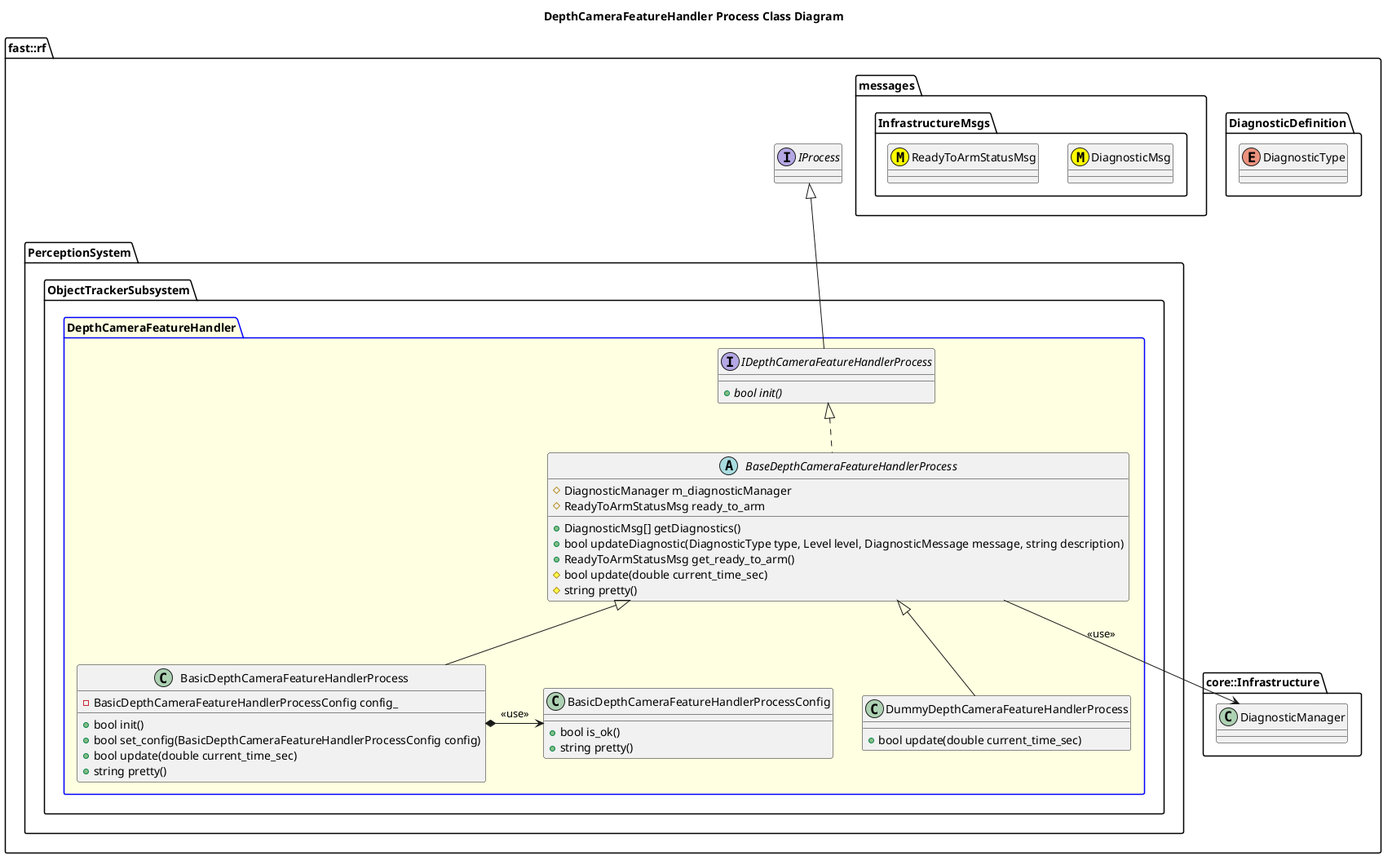
Before: Systems/Perception/Subsystems/ObjectTracker/Processes/DepthCameraFeatureHandler/doc/puml/DepthCameraFeatureHandlerProcessClassDiagram.png, a diagram exported from PlantUML (fastrobotics/robot_framework). Its diagram source:
```plantuml
@startuml
title DepthCameraFeatureHandler Process Class Diagram

namespace fast::rf {
  namespace DiagnosticDefinition {
    enum DiagnosticType
  }
  namespace messages {
    namespace InfrastructureMsgs {
      class DiagnosticMsg <<(M,#FFFF00)>>
      class ReadyToArmStatusMsg <<(M,#FFFF00)>>
    }
  }
  namespace core::Infrastructure {
    class DiagnosticManager
  }
  interface IProcess
  namespace PerceptionSystem {
    namespace ObjectTrackerSubsystem {
      package DepthCameraFeatureHandler #LightYellow;line:blue {

        interface IDepthCameraFeatureHandlerProcess  {
          +{abstract} bool init()
        }
        IDepthCameraFeatureHandlerProcess -up-|> IProcess
        abstract BaseDepthCameraFeatureHandlerProcess {
          +DiagnosticMsg[] getDiagnostics()
          +bool updateDiagnostic(DiagnosticType type, Level level, DiagnosticMessage message, string description)
          +ReadyToArmStatusMsg get_ready_to_arm()
          #bool update(double current_time_sec)
          #string pretty()
          #DiagnosticManager m_diagnosticManager
          #ReadyToArmStatusMsg ready_to_arm

        }
        BaseDepthCameraFeatureHandlerProcess .up.|> IDepthCameraFeatureHandlerProcess
        BaseDepthCameraFeatureHandlerProcess --> DiagnosticManager: <<use>>
        class BasicDepthCameraFeatureHandlerProcessConfig {
          +bool is_ok()
          +string pretty()
        }
        class BasicDepthCameraFeatureHandlerProcess {
          +bool init()
          +bool set_config(BasicDepthCameraFeatureHandlerProcessConfig config)
          +bool update(double current_time_sec)
	  +string pretty()
          -BasicDepthCameraFeatureHandlerProcessConfig config_
        }
        BasicDepthCameraFeatureHandlerProcess -up-|> BaseDepthCameraFeatureHandlerProcess
        BasicDepthCameraFeatureHandlerProcess *-> BasicDepthCameraFeatureHandlerProcessConfig: <<use>>
        class DummyDepthCameraFeatureHandlerProcess {
          +bool update(double current_time_sec)
        }
        DummyDepthCameraFeatureHandlerProcess -up-|> BaseDepthCameraFeatureHandlerProcess
      }
    }
  }
}
@enduml
```
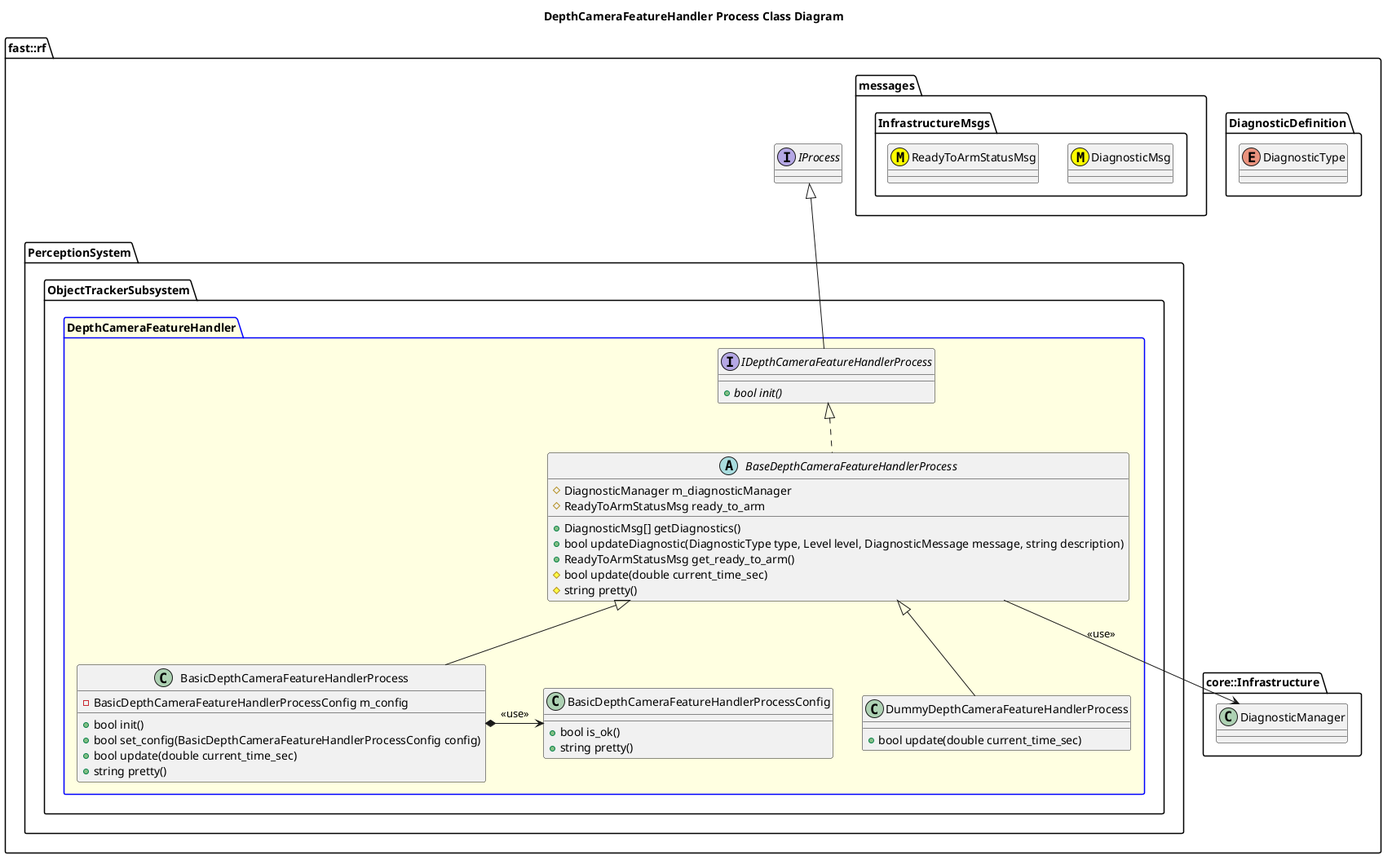
After the change.

What changed in the source:
```diff
@@ -43,8 +43,8 @@
           +bool init()
           +bool set_config(BasicDepthCameraFeatureHandlerProcessConfig config)
           +bool update(double current_time_sec)
-	  +string pretty()
-          -BasicDepthCameraFeatureHandlerProcessConfig config_
+	        +string pretty()
+          -BasicDepthCameraFeatureHandlerProcessConfig m_config
         }
         BasicDepthCameraFeatureHandlerProcess -up-|> BaseDepthCameraFeatureHandlerProcess
         BasicDepthCameraFeatureHandlerProcess *-> BasicDepthCameraFeatureHandlerProcessConfig: <<use>>
```
